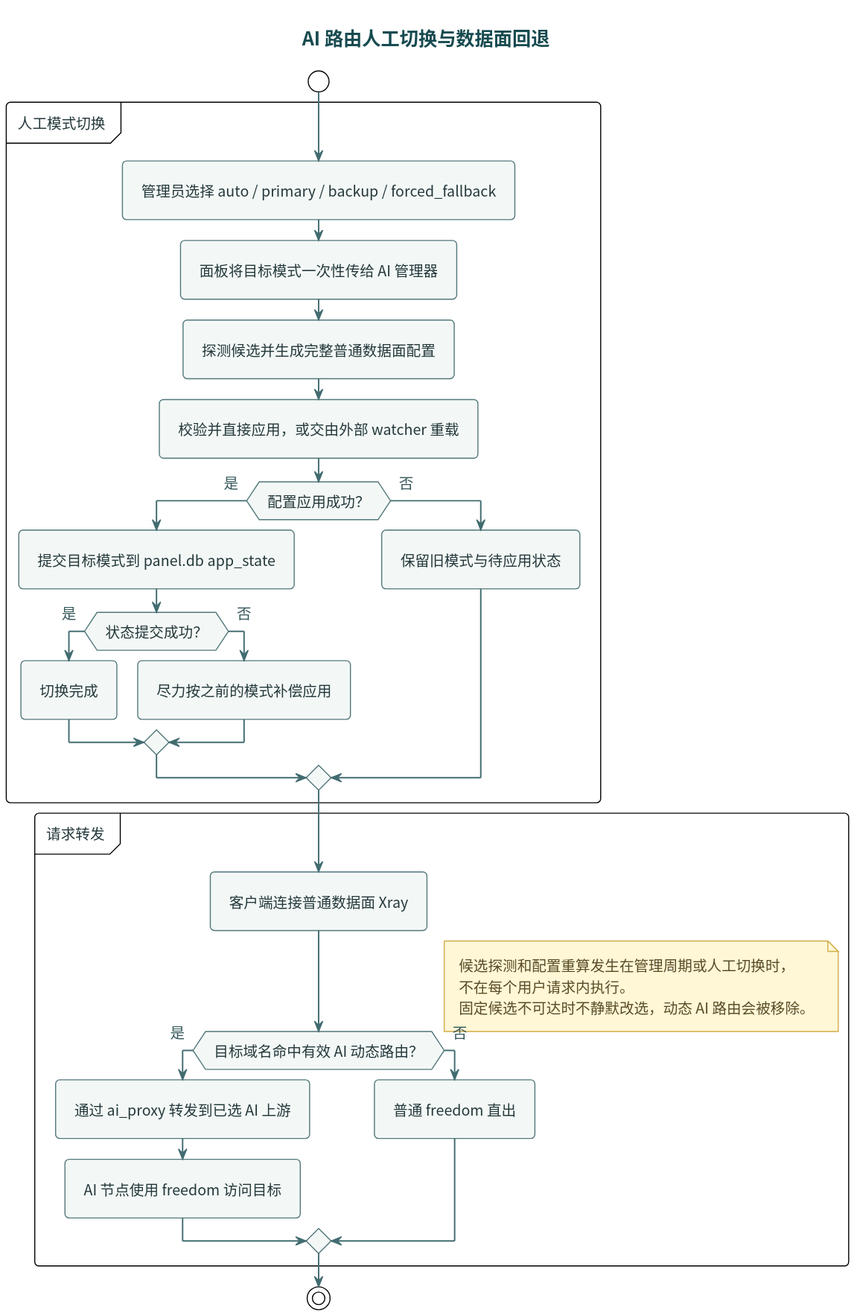
i-zrhe2016/ai-routing-panel keeps this PlantUML diagram as docs/diagrams/ai-routing-flow.svg. Above is the earlier version.
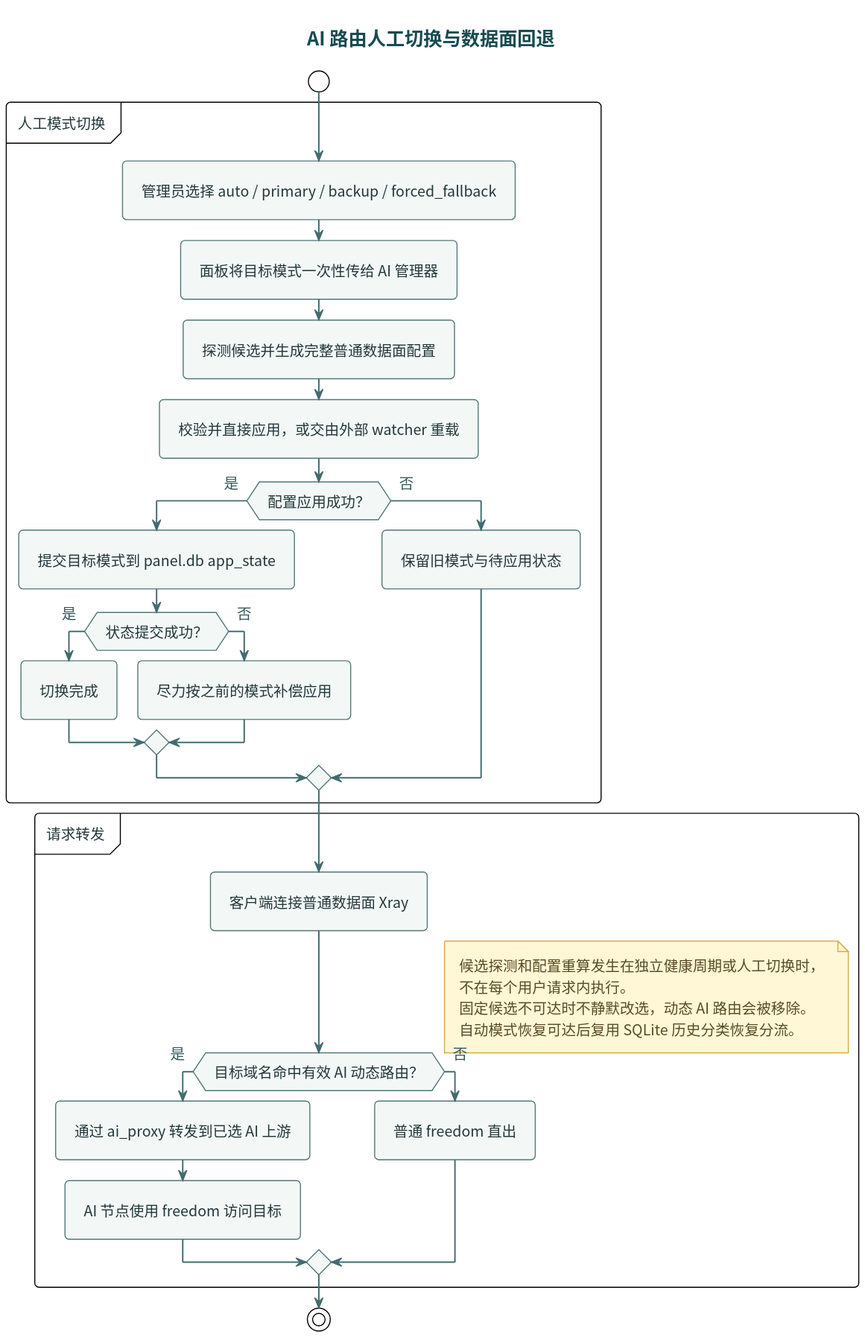
After the commit.

What changed in the source:
```diff
@@ -29,9 +29,10 @@
   endif
 }
 note right
-  候选探测和配置重算发生在管理周期或人工切换时，
+  候选探测和配置重算发生在独立健康周期或人工切换时，
   不在每个用户请求内执行。
   固定候选不可达时不静默改选，动态 AI 路由会被移除。
+  自动模式恢复可达后复用 SQLite 历史分类恢复分流。
 end note
 stop
 @enduml
```
